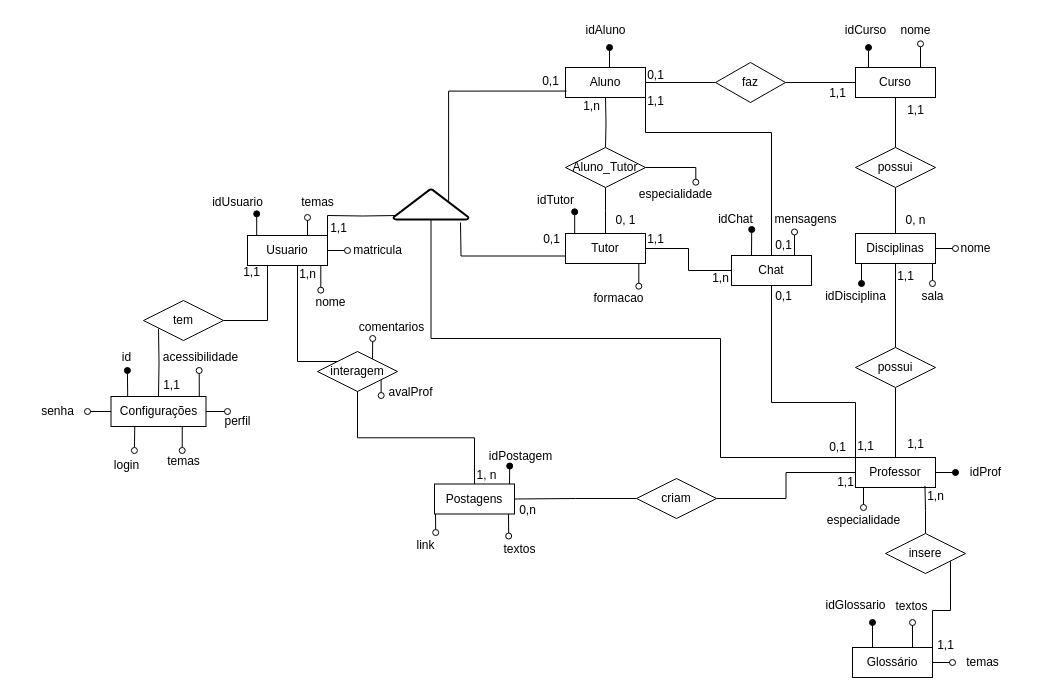
Earlier version of the draw.io diagram BD_IFCoders.drawio (arianamesquita/IFCoders). Source tidied: cells renumbered, new cells numbered last; positions are measured from the earlier drawing's top-left corner, leaving out a move shared by most shapes. Both pictures are drawn from the tidied source at 100%, with x=0, y=0 at pixel (17, 17).
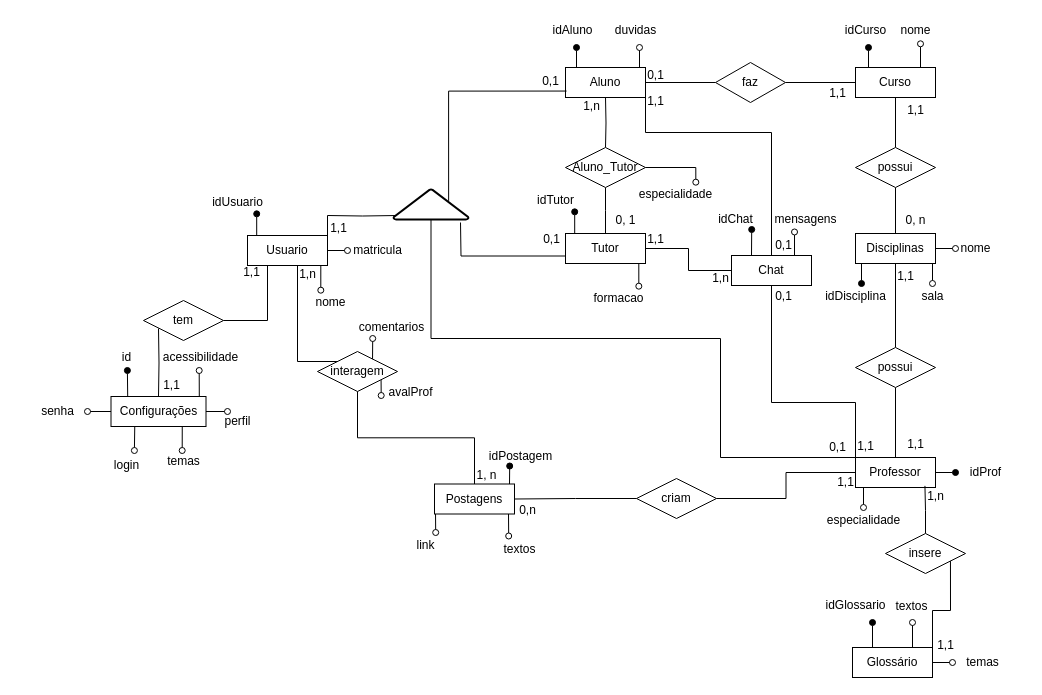
After the change.

Unchanged cells that the change refers to:
```xml
<mxCell id="69" value="Usuario" style="html=1;whiteSpace=wrap;" parent="1" vertex="1">
  <mxGeometry x="230" y="218" width="80" height="30" as="geometry" />
</mxCell>
```

Change to the diagram source:
```diff
@@
     <mxCell id="30" style="edgeStyle=orthogonalEdgeStyle;rounded=0;orthogonalLoop=1;jettySize=auto;html=1;exitX=0.5;exitY=0;exitDx=0;exitDy=0;endArrow=oval;endFill=1;" parent="1" edge="1">
       <mxGeometry relative="1" as="geometry">
-        <mxPoint x="592" y="50" as="sourcePoint" />
-        <mxPoint x="592" y="30" as="targetPoint" />
+        <mxPoint x="559" y="50" as="sourcePoint" />
+        <mxPoint x="559" y="30" as="targetPoint" />
       </mxGeometry>
     </mxCell>
@@
     <mxCell id="36" value="idAluno" style="text;align=center;fontStyle=0;verticalAlign=middle;spacingLeft=3;spacingRight=3;strokeColor=none;html=1;" parent="1" vertex="1">
-      <mxGeometry x="548" width="80" height="26" as="geometry" />
+      <mxGeometry x="515" width="80" height="26" as="geometry" />
     </mxCell>
@@
-    <mxCell id="67" style="edgeStyle=orthogonalEdgeStyle;rounded=0;jettySize=auto;html=1;exitX=0.75;exitY=0;exitDx=0;exitDy=0;endArrow=oval;endFill=0;" parent="1" edge="1" source="69">
-      <mxGeometry relative="1" as="geometry">
-        <mxPoint x="290" y="200" as="targetPoint" />
-      </mxGeometry>
-    </mxCell>
@@
-    <mxCell id="72" value="temas" style="text;align=center;fontStyle=0;verticalAlign=middle;spacingLeft=3;spacingRight=3;strokeColor=none;html=1;" parent="1" vertex="1">
-      <mxGeometry x="260" y="172" width="80" height="26" as="geometry" />
-    </mxCell>
@@
+    <mxCell id="132" style="edgeStyle=orthogonalEdgeStyle;rounded=0;orthogonalLoop=1;jettySize=auto;html=1;exitX=0.5;exitY=0;exitDx=0;exitDy=0;endArrow=oval;endFill=0;" parent="1" edge="1">
+      <mxGeometry relative="1" as="geometry">
+        <mxPoint x="622" y="50" as="sourcePoint" />
+        <mxPoint x="622" y="30" as="targetPoint" />
+      </mxGeometry>
+    </mxCell>
+    <mxCell id="133" value="duvidas" style="text;align=center;fontStyle=0;verticalAlign=middle;spacingLeft=3;spacingRight=3;strokeColor=none;html=1;" parent="1" vertex="1">
+      <mxGeometry x="578" width="80" height="26" as="geometry" />
+    </mxCell>
```
